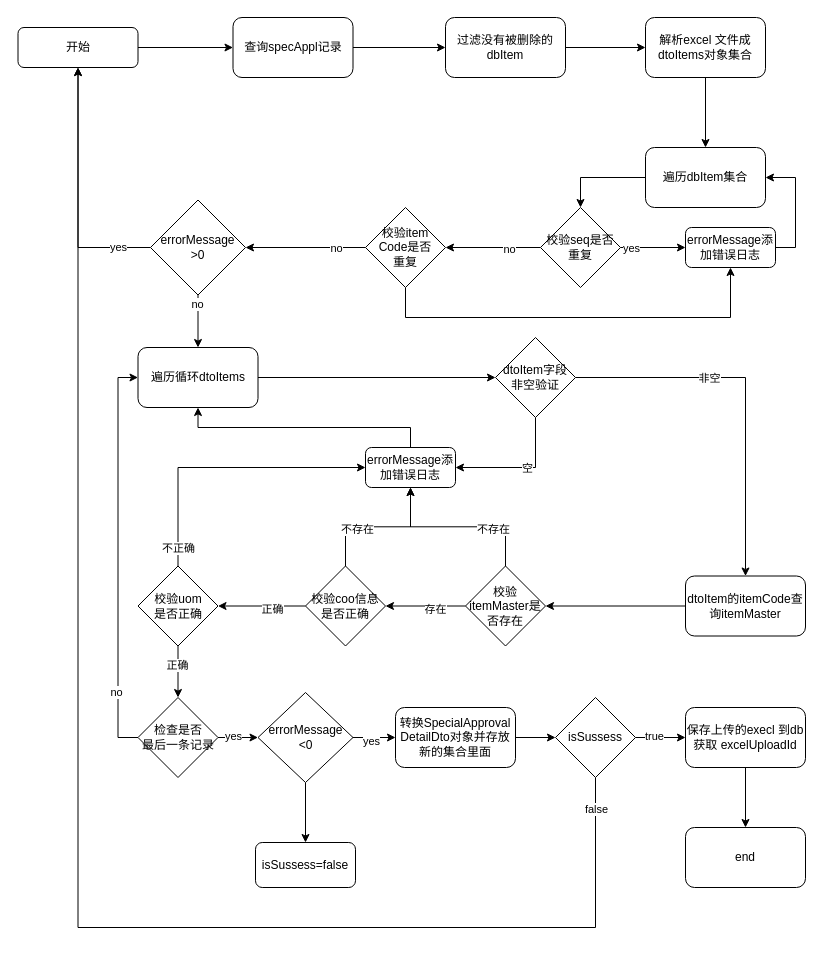
Above: specAppl-append-check.drawio in 1119132473/doc (draw.io), before the change. Source tidied: cells renumbered, new cells numbered last; positions are measured from the earlier drawing's top-left corner, leaving out a move shared by most shapes. Both pictures are drawn from the tidied source at 100%, with x=0, y=0 at pixel (17, 17).
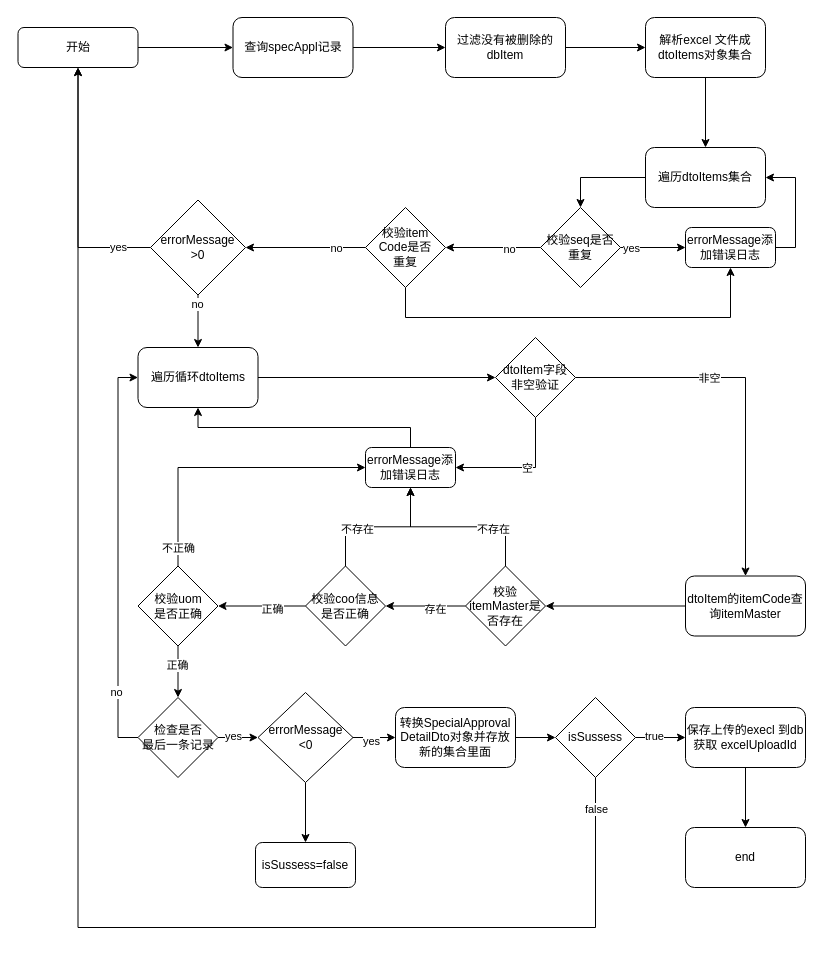
Above is the later version.

What changed in the source:
```diff
@@
-    <mxCell id="11" value="遍历dbItem集合" style="rounded=1;whiteSpace=wrap;html=1;" parent="1" vertex="1">
+    <mxCell id="11" value="遍历dtoItems集合" style="rounded=1;whiteSpace=wrap;html=1;" parent="1" vertex="1">
       <mxGeometry x="628" y="130" width="120" height="60" as="geometry" />
     </mxCell>
```
